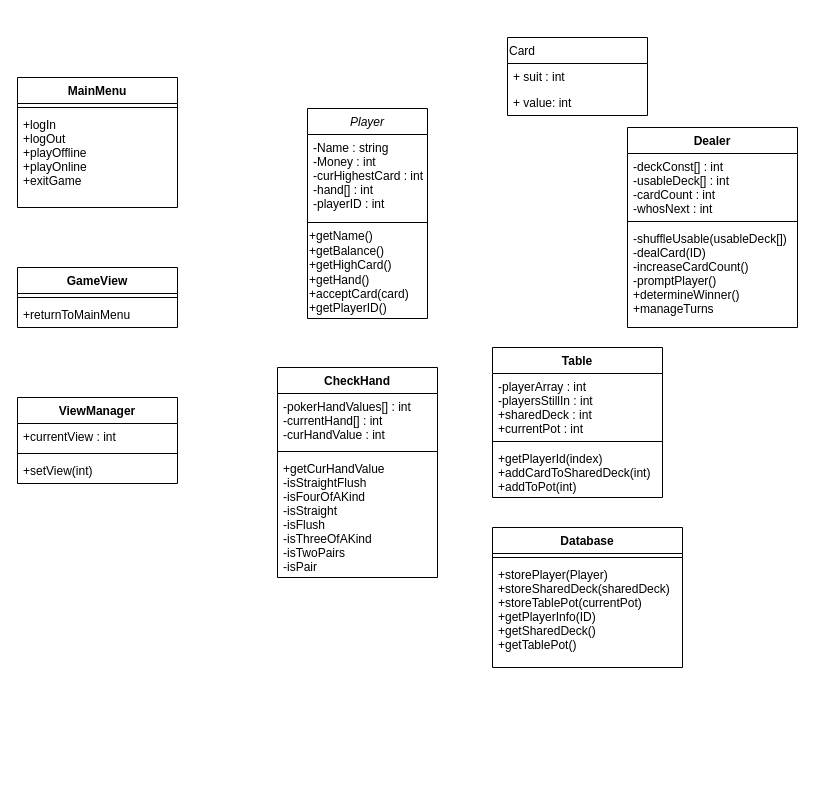
Above: ClassDiagramUML.drawio in pierce-powell/ProcessesPoker (draw.io), before the change. Source tidied: cells renumbered, new cells numbered last; positions are measured from the earlier drawing's top-left corner, leaving out a move shared by most shapes. Both pictures are drawn from the tidied source at 100%, with x=0, y=0 at pixel (17, 37).
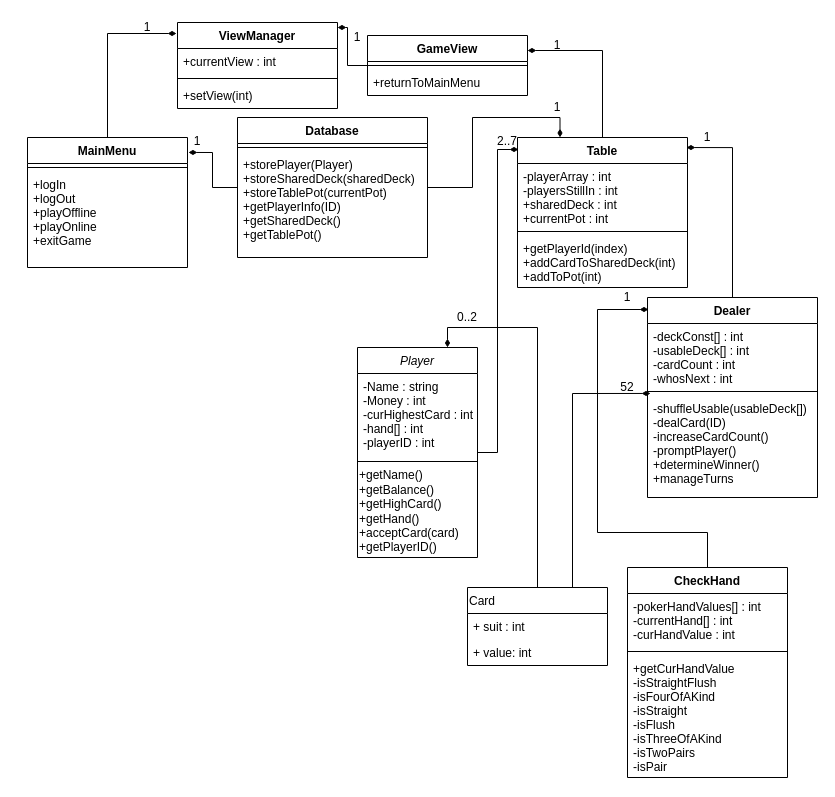
The same page after the edit.

Commit message:
Added all of the composition arrows to the class diagram, this should be the finished product should we choose to remain with this design.

The change refers to these unchanged cells:
```xml
<mxCell id="9" value="-shuffleUsable(usableDeck[])&#10;-dealCard(ID) &#10;-increaseCardCount()&#10;-promptPlayer()&#10;+determineWinner()&#10;+manageTurns" style="text;strokeColor=none;fillColor=none;align=left;verticalAlign=top;spacingLeft=4;spacingRight=4;overflow=hidden;points=[[0,0.5],[1,0.5]];portConstraint=eastwest;" parent="6" vertex="1">
  <mxGeometry y="98" width="170" height="102" as="geometry" />
</mxCell>
```

The edit, as a diff of the source:
```diff
@@
+    <mxCell id="34" style="edgeStyle=orthogonalEdgeStyle;rounded=0;jettySize=auto;html=1;entryX=0.006;entryY=0.08;entryDx=0;entryDy=0;entryPerimeter=0;endArrow=diamondThin;endFill=1;" parent="1" edge="1" source="2" target="13">
+      <mxGeometry relative="1" as="geometry" />
+    </mxCell>
     <mxCell id="2" value="Player" style="swimlane;fontStyle=2;align=center;verticalAlign=top;horizontal=1;startSize=26;rounded=0;shadow=0;strokeWidth=1;" parent="1" vertex="1">
-      <mxGeometry x="290" y="71" width="120" height="210" as="geometry" />
+      <mxGeometry x="340" y="310" width="120" height="210" as="geometry" />
     </mxCell>
@@
+    <mxCell id="35" style="edgeStyle=orthogonalEdgeStyle;rounded=0;jettySize=auto;html=1;entryX=0.994;entryY=0.067;entryDx=0;entryDy=0;entryPerimeter=0;endArrow=diamondThin;endFill=1;" parent="1" edge="1" source="6" target="13">
+      <mxGeometry relative="1" as="geometry" />
+    </mxCell>
     <mxCell id="6" value="Dealer" style="swimlane;fontStyle=1;align=center;verticalAlign=top;horizontal=1;startSize=26;" parent="1" vertex="1">
-      <mxGeometry x="610" y="90" width="170" height="200" as="geometry" />
+      <mxGeometry x="630" y="260" width="170" height="200" as="geometry" />
     </mxCell>
@@
+    <mxCell id="36" style="edgeStyle=orthogonalEdgeStyle;rounded=0;jettySize=auto;html=1;entryX=0.75;entryY=0;entryDx=0;entryDy=0;endArrow=diamondThin;endFill=1;" parent="1" edge="1" source="10" target="2">
+      <mxGeometry relative="1" as="geometry" />
+    </mxCell>
+    <mxCell id="37" style="edgeStyle=orthogonalEdgeStyle;rounded=0;jettySize=auto;html=1;exitX=0.75;exitY=0;exitDx=0;exitDy=0;entryX=0.018;entryY=-0.02;entryDx=0;entryDy=0;entryPerimeter=0;endArrow=diamondThin;endFill=1;" parent="1" edge="1" source="10" target="9">
+      <mxGeometry relative="1" as="geometry" />
+    </mxCell>
     <mxCell id="10" value="Card" style="swimlane;fontStyle=0;horizontal=1;startSize=26;fillColor=none;align=left;" parent="1" vertex="1">
-      <mxGeometry x="490" width="140" height="78" as="geometry" />
+      <mxGeometry x="450" y="550" width="140" height="78" as="geometry" />
     </mxCell>
@@
+    <mxCell id="38" style="edgeStyle=orthogonalEdgeStyle;rounded=0;jettySize=auto;html=1;entryX=1;entryY=0.25;entryDx=0;entryDy=0;endArrow=diamondThin;endFill=1;" parent="1" edge="1" source="13" target="27">
+      <mxGeometry relative="1" as="geometry" />
+    </mxCell>
     <mxCell id="13" value="Table" style="swimlane;fontStyle=1;align=center;verticalAlign=top;horizontal=1;startSize=26;" parent="1" vertex="1">
-      <mxGeometry x="475" y="310" width="170" height="150" as="geometry" />
+      <mxGeometry x="500" y="100" width="170" height="150" as="geometry" />
     </mxCell>
@@
+    <mxCell id="39" style="edgeStyle=orthogonalEdgeStyle;rounded=0;jettySize=auto;html=1;entryX=1.006;entryY=0.115;entryDx=0;entryDy=0;entryPerimeter=0;endArrow=diamondThin;endFill=1;" parent="1" edge="1" source="17" target="24">
+      <mxGeometry relative="1" as="geometry" />
+    </mxCell>
+    <mxCell id="40" style="edgeStyle=orthogonalEdgeStyle;rounded=0;jettySize=auto;html=1;entryX=0.25;entryY=0;entryDx=0;entryDy=0;endArrow=diamondThin;endFill=1;" parent="1" edge="1" source="17" target="13">
+      <mxGeometry relative="1" as="geometry" />
+    </mxCell>
     <mxCell id="17" value="Database" style="swimlane;fontStyle=1;align=center;verticalAlign=top;horizontal=1;startSize=26;" parent="1" vertex="1">
-      <mxGeometry x="475" y="490" width="190" height="140" as="geometry" />
+      <mxGeometry x="220" y="80" width="190" height="140" as="geometry" />
     </mxCell>
@@
+    <mxCell id="41" style="edgeStyle=orthogonalEdgeStyle;rounded=0;jettySize=auto;html=1;entryX=0.006;entryY=0.06;entryDx=0;entryDy=0;entryPerimeter=0;endArrow=diamondThin;endFill=1;" parent="1" edge="1" source="20" target="6">
+      <mxGeometry relative="1" as="geometry">
+        <Array as="points">
+          <mxPoint x="690" y="495" />
+          <mxPoint x="580" y="495" />
+          <mxPoint x="580" y="272" />
+        </Array>
+      </mxGeometry>
+    </mxCell>
     <mxCell id="20" value="CheckHand" style="swimlane;fontStyle=1;align=center;verticalAlign=top;horizontal=1;startSize=26;" parent="1" vertex="1">
-      <mxGeometry x="260" y="330" width="160" height="210" as="geometry" />
+      <mxGeometry x="610" y="530" width="160" height="210" as="geometry" />
     </mxCell>
@@
+    <mxCell id="42" style="edgeStyle=orthogonalEdgeStyle;rounded=0;jettySize=auto;html=1;entryX=-0.006;entryY=0.128;entryDx=0;entryDy=0;entryPerimeter=0;endArrow=diamondThin;endFill=1;" parent="1" edge="1" source="24" target="30">
+      <mxGeometry relative="1" as="geometry" />
+    </mxCell>
     <mxCell id="24" value="MainMenu" style="swimlane;fontStyle=1;align=center;verticalAlign=top;horizontal=1;startSize=26;" parent="1" vertex="1">
-      <mxGeometry y="40" width="160" height="130" as="geometry" />
+      <mxGeometry x="10" y="100" width="160" height="130" as="geometry" />
     </mxCell>
@@
+    <mxCell id="43" style="edgeStyle=orthogonalEdgeStyle;rounded=0;jettySize=auto;html=1;entryX=1;entryY=0.058;entryDx=0;entryDy=0;endArrow=diamondThin;endFill=1;entryPerimeter=0;" parent="1" edge="1" source="27" target="30">
+      <mxGeometry relative="1" as="geometry" />
+    </mxCell>
     <mxCell id="27" value="GameView" style="swimlane;fontStyle=1;align=center;verticalAlign=top;horizontal=1;startSize=26;" parent="1" vertex="1">
-      <mxGeometry y="230" width="160" height="60" as="geometry" />
+      <mxGeometry x="350" y="-2" width="160" height="60" as="geometry" />
     </mxCell>
@@
     <mxCell id="30" value="ViewManager" style="swimlane;fontStyle=1;align=center;verticalAlign=top;horizontal=1;startSize=26;" parent="1" vertex="1">
-      <mxGeometry y="360" width="160" height="86" as="geometry" />
+      <mxGeometry x="160" y="-15" width="160" height="86" as="geometry" />
     </mxCell>
@@
+    <mxCell id="44" value="0..2" style="text;html=1;strokeColor=none;fillColor=none;align=center;verticalAlign=middle;whiteSpace=wrap;rounded=0;" parent="1" vertex="1">
+      <mxGeometry x="430" y="270" width="40" height="20" as="geometry" />
+    </mxCell>
+    <mxCell id="45" value="52" style="text;html=1;strokeColor=none;fillColor=none;align=center;verticalAlign=middle;whiteSpace=wrap;rounded=0;" parent="1" vertex="1">
+      <mxGeometry x="590" y="340" width="40" height="20" as="geometry" />
+    </mxCell>
+    <mxCell id="46" value="2..7" style="text;html=1;strokeColor=none;fillColor=none;align=center;verticalAlign=middle;whiteSpace=wrap;rounded=0;" parent="1" vertex="1">
+      <mxGeometry x="470" y="94" width="40" height="20" as="geometry" />
+    </mxCell>
+    <mxCell id="47" value="1" style="text;html=1;strokeColor=none;fillColor=none;align=center;verticalAlign=middle;whiteSpace=wrap;rounded=0;" parent="1" vertex="1">
+      <mxGeometry x="670" y="90" width="40" height="20" as="geometry" />
+    </mxCell>
+    <mxCell id="48" value="1" style="text;html=1;strokeColor=none;fillColor=none;align=center;verticalAlign=middle;whiteSpace=wrap;rounded=0;" parent="1" vertex="1">
+      <mxGeometry x="520" y="-2" width="40" height="20" as="geometry" />
+    </mxCell>
+    <mxCell id="49" value="1" style="text;html=1;strokeColor=none;fillColor=none;align=center;verticalAlign=middle;whiteSpace=wrap;rounded=0;" parent="1" vertex="1">
+      <mxGeometry x="520" y="60" width="40" height="20" as="geometry" />
+    </mxCell>
+    <mxCell id="50" value="1" style="text;html=1;strokeColor=none;fillColor=none;align=center;verticalAlign=middle;whiteSpace=wrap;rounded=0;" parent="1" vertex="1">
+      <mxGeometry x="160" y="94" width="40" height="20" as="geometry" />
+    </mxCell>
+    <mxCell id="51" value="1" style="text;html=1;strokeColor=none;fillColor=none;align=center;verticalAlign=middle;whiteSpace=wrap;rounded=0;" parent="1" vertex="1">
+      <mxGeometry x="590" y="250" width="40" height="20" as="geometry" />
+    </mxCell>
+    <mxCell id="52" value="1" style="text;html=1;strokeColor=none;fillColor=none;align=center;verticalAlign=middle;whiteSpace=wrap;rounded=0;" parent="1" vertex="1">
+      <mxGeometry x="110" y="-20" width="40" height="20" as="geometry" />
+    </mxCell>
+    <mxCell id="53" value="1" style="text;html=1;strokeColor=none;fillColor=none;align=center;verticalAlign=middle;whiteSpace=wrap;rounded=0;" parent="1" vertex="1">
+      <mxGeometry x="320" y="-10" width="40" height="20" as="geometry" />
+    </mxCell>
```
